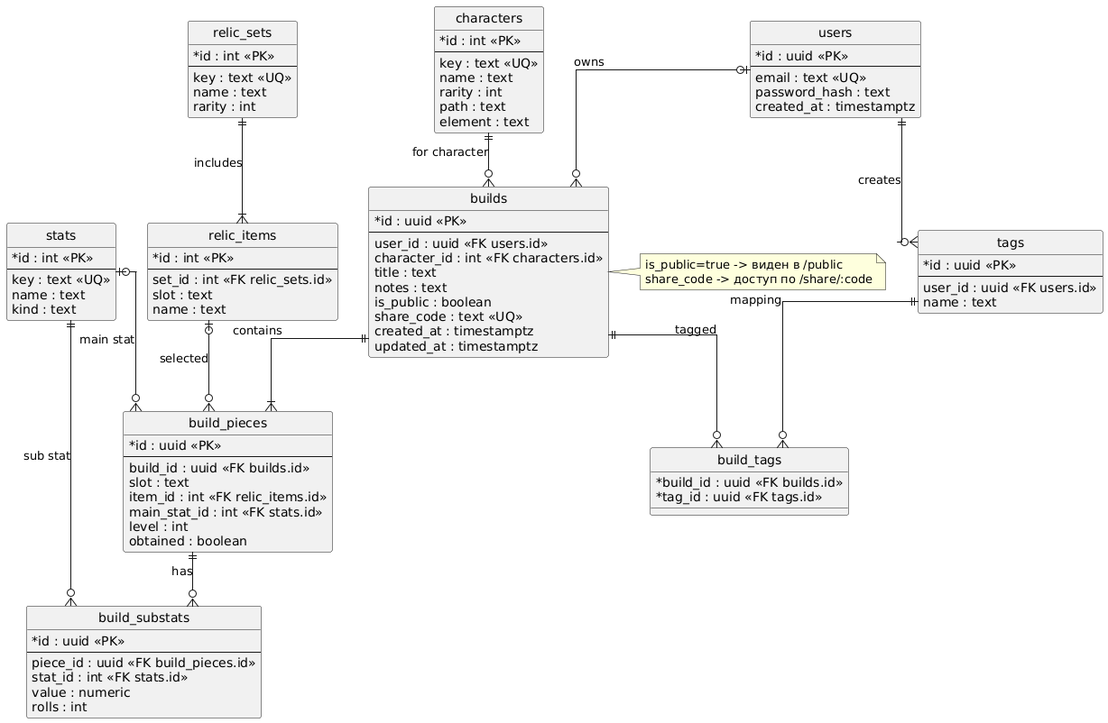
Earlier version of the PlantUML export docs/erd.png (twensevts/constructor_hsr).
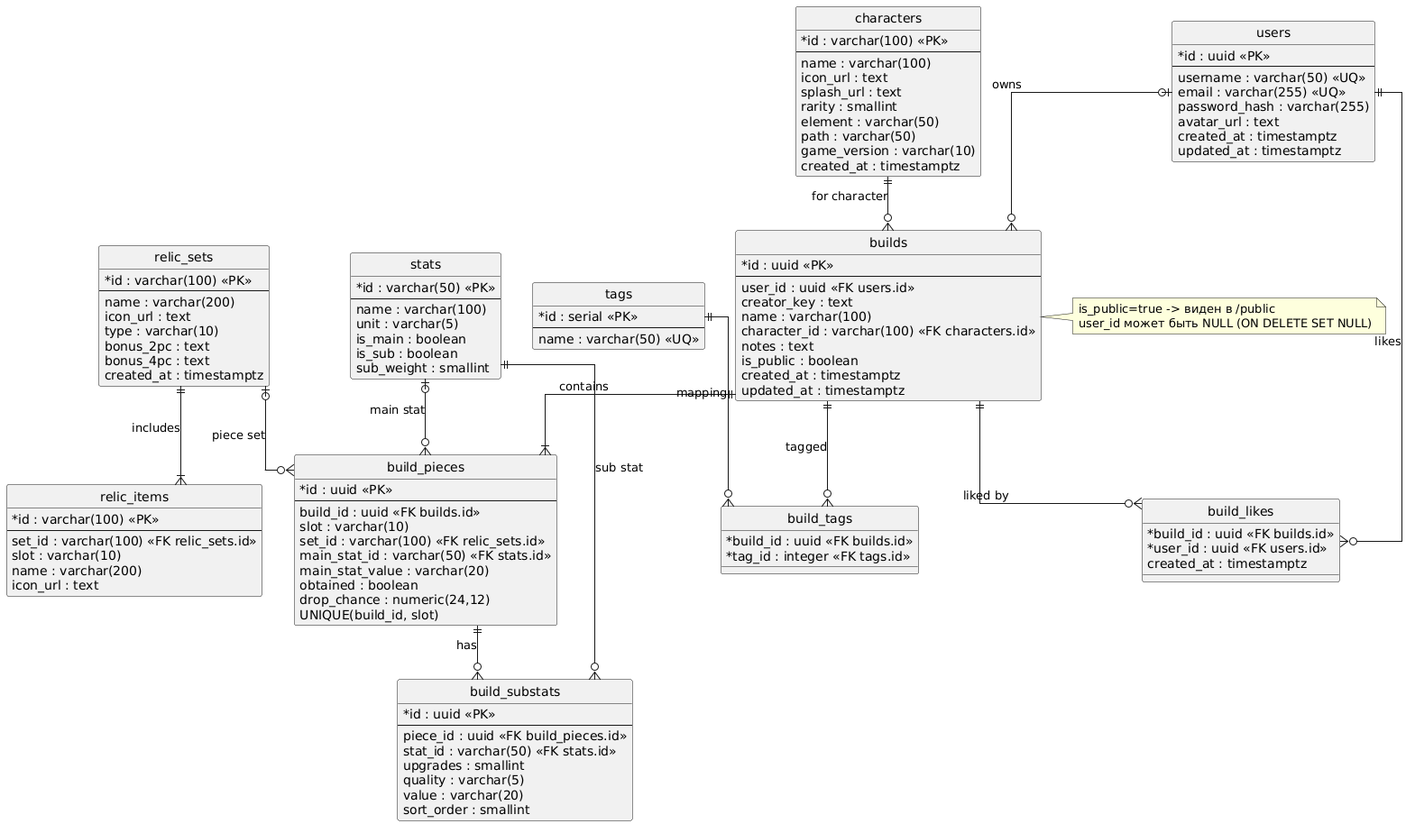
After the commit.

Diff of the diagram source:
```diff
@@ -6,20 +6,23 @@
 entity "users" as users {
   *id : uuid <<PK>>
   --
-  email : text <<UQ>>
-  password_hash : text
+  username : varchar(50) <<UQ>>
+  email : varchar(255) <<UQ>>
+  password_hash : varchar(255)
+  avatar_url : text
   created_at : timestamptz
+  updated_at : timestamptz
 }
 
 entity "builds" as builds {
   *id : uuid <<PK>>
   --
   user_id : uuid <<FK users.id>>
-  character_id : int <<FK characters.id>>
-  title : text
+  creator_key : text
+  name : varchar(100)
+  character_id : varchar(100) <<FK characters.id>>
   notes : text
   is_public : boolean
-  share_code : text <<UQ>>
   created_at : timestamptz
   updated_at : timestamptz
 }
@@ -28,82 +31,101 @@
   *id : uuid <<PK>>
   --
   build_id : uuid <<FK builds.id>>
-  slot : text
-  item_id : int <<FK relic_items.id>>
-  main_stat_id : int <<FK stats.id>>
-  level : int
+  slot : varchar(10)
+  set_id : varchar(100) <<FK relic_sets.id>>
+  main_stat_id : varchar(50) <<FK stats.id>>
+  main_stat_value : varchar(20)
   obtained : boolean
+  drop_chance : numeric(24,12)
+  UNIQUE(build_id, slot)
 }
 
 entity "build_substats" as build_substats {
   *id : uuid <<PK>>
   --
   piece_id : uuid <<FK build_pieces.id>>
-  stat_id : int <<FK stats.id>>
-  value : numeric
-  rolls : int
+  stat_id : varchar(50) <<FK stats.id>>
+  upgrades : smallint
+  quality : varchar(5)
+  value : varchar(20)
+  sort_order : smallint
 }
 
 entity "tags" as tags {
-  *id : uuid <<PK>>
+  *id : serial <<PK>>
   --
-  user_id : uuid <<FK users.id>>
-  name : text
+  name : varchar(50) <<UQ>>
 }
 
 entity "build_tags" as build_tags {
   *build_id : uuid <<FK builds.id>>
-  *tag_id : uuid <<FK tags.id>>
+  *tag_id : integer <<FK tags.id>>
+}
+
+entity "build_likes" as build_likes {
+  *build_id : uuid <<FK builds.id>>
+  *user_id : uuid <<FK users.id>>
+  created_at : timestamptz
 }
 
 entity "characters" as characters {
-  *id : int <<PK>>
+  *id : varchar(100) <<PK>>
   --
-  key : text <<UQ>>
-  name : text
-  rarity : int
-  path : text
-  element : text
+  name : varchar(100)
+  icon_url : text
+  splash_url : text
+  rarity : smallint
+  element : varchar(50)
+  path : varchar(50)
+  game_version : varchar(10)
+  created_at : timestamptz
 }
 
 entity "relic_sets" as relic_sets {
-  *id : int <<PK>>
+  *id : varchar(100) <<PK>>
   --
-  key : text <<UQ>>
-  name : text
-  rarity : int
+  name : varchar(200)
+  icon_url : text
+  type : varchar(10)
+  bonus_2pc : text
+  bonus_4pc : text
+  created_at : timestamptz
 }
 
 entity "relic_items" as relic_items {
-  *id : int <<PK>>
+  *id : varchar(100) <<PK>>
   --
-  set_id : int <<FK relic_sets.id>>
-  slot : text
-  name : text
+  set_id : varchar(100) <<FK relic_sets.id>>
+  slot : varchar(10)
+  name : varchar(200)
+  icon_url : text
 }
 
 entity "stats" as stats {
-  *id : int <<PK>>
+  *id : varchar(50) <<PK>>
   --
-  key : text <<UQ>>
-  name : text
-  kind : text
+  name : varchar(100)
+  unit : varchar(5)
+  is_main : boolean
+  is_sub : boolean
+  sub_weight : smallint
 }
 
 users |o--o{ builds : "owns"
-users ||--o{ tags : "creates"
 builds ||--|{ build_pieces : "contains"
 build_pieces ||--o{ build_substats : "has"
 builds ||--o{ build_tags : "tagged"
 tags ||--o{ build_tags : "mapping"
+users ||--o{ build_likes : "likes"
+builds ||--o{ build_likes : "liked by"
 characters ||--o{ builds : "for character"
 relic_sets ||--|{ relic_items : "includes"
-relic_items |o--o{ build_pieces : "selected"
+relic_sets |o--o{ build_pieces : "piece set"
 stats |o--o{ build_pieces : "main stat"
 stats ||--o{ build_substats : "sub stat"
 
 note right of builds
 is_public=true -> виден в /public
-share_code -> доступ по /share/:code
+user_id может быть NULL (ON DELETE SET NULL)
 end note
 @enduml
```
